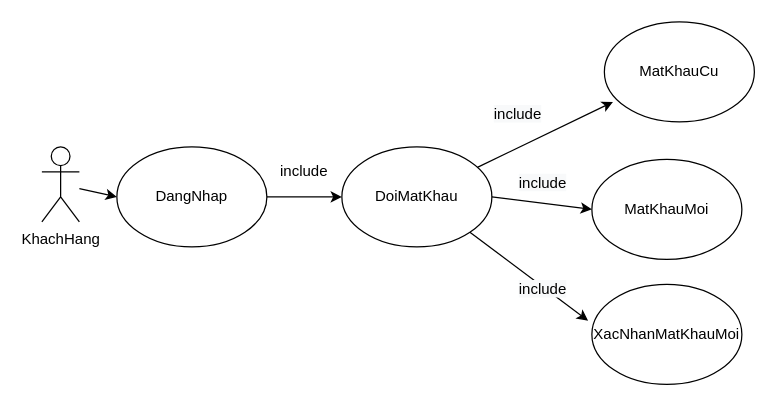
The draw.io diagram page "doimatkhau" (2 of 19) of usecasetongquatbds.drawio in phamhieudev/BatDongSan, before the edit. Source tidied: cells renumbered, new cells numbered last; positions are measured from the earlier drawing's top-left corner, leaving out a move shared by most shapes. Both pictures are drawn from the tidied source at 125%, with x=0, y=0 at pixel (41, 21).
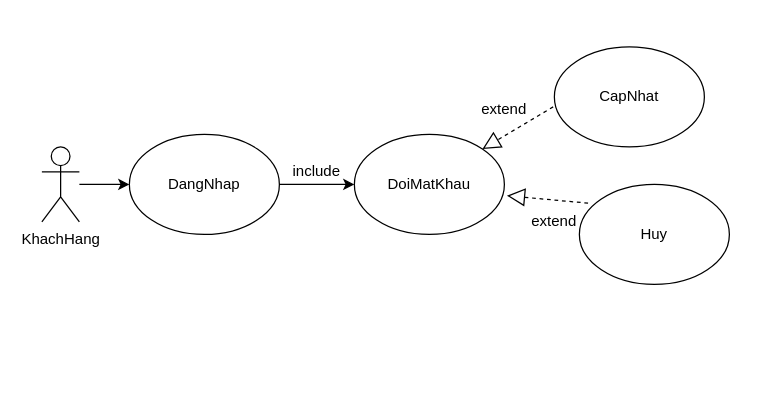
The same diagram, later.

The edit, as a diff of the source:
```diff
@@
 <mxGraphModel>
   <root>
     <mxCell id="0" />
     <mxCell id="1" parent="0" />
     <mxCell id="2" value="KhachHang" style="shape=umlActor;verticalLabelPosition=bottom;verticalAlign=top;html=1;outlineConnect=0;" parent="1" vertex="1">
       <mxGeometry y="100" width="30" height="60" as="geometry" />
     </mxCell>
     <mxCell id="3" value="DangNhap" style="ellipse;whiteSpace=wrap;html=1;" parent="1" vertex="1">
-      <mxGeometry x="60" y="100" width="120" height="80" as="geometry" />
+      <mxGeometry x="70" y="90" width="120" height="80" as="geometry" />
     </mxCell>
     <mxCell id="4" value="DoiMatKhau" style="ellipse;whiteSpace=wrap;html=1;" parent="1" vertex="1">
-      <mxGeometry x="240" y="100" width="120" height="80" as="geometry" />
+      <mxGeometry x="250" y="90" width="120" height="80" as="geometry" />
     </mxCell>
-    <mxCell id="5" value="MatKhauCu" style="ellipse;whiteSpace=wrap;html=1;" parent="1" vertex="1">
-      <mxGeometry x="450" width="120" height="80" as="geometry" />
-    </mxCell>
-    <mxCell id="6" value="MatKhauMoi" style="ellipse;whiteSpace=wrap;html=1;" parent="1" vertex="1">
-      <mxGeometry x="440" y="110" width="120" height="80" as="geometry" />
-    </mxCell>
     <mxCell id="7" style="endArrow=classic;html=1;entryX=0;entryY=0.5;entryDx=0;entryDy=0;" parent="1" edge="1" source="2" target="3">
       <mxGeometry relative="1" as="geometry" />
     </mxCell>
     <mxCell id="8" style="endArrow=classic;html=1;exitX=1;exitY=0.5;exitDx=0;exitDy=0;entryX=0;entryY=0.5;entryDx=0;entryDy=0;" parent="1" edge="1" source="3" target="4">
       <mxGeometry relative="1" as="geometry" />
     </mxCell>
-    <mxCell id="9" value="XacNhanMatKhauMoi" style="ellipse;whiteSpace=wrap;html=1;" parent="1" vertex="1">
-      <mxGeometry x="440" y="210" width="120" height="80" as="geometry" />
-    </mxCell>
-    <mxCell id="10" style="endArrow=classic;html=1;entryX=0.058;entryY=0.8;entryDx=0;entryDy=0;entryPerimeter=0;" parent="1" edge="1" source="4" target="5">
-      <mxGeometry relative="1" as="geometry" />
-    </mxCell>
-    <mxCell id="11" style="endArrow=classic;html=1;exitX=1;exitY=0.5;exitDx=0;exitDy=0;entryX=0;entryY=0.5;entryDx=0;entryDy=0;" parent="1" edge="1" source="4" target="6">
-      <mxGeometry relative="1" as="geometry" />
-    </mxCell>
-    <mxCell id="12" style="endArrow=classic;html=1;exitX=1;exitY=1;exitDx=0;exitDy=0;entryX=-0.025;entryY=0.363;entryDx=0;entryDy=0;entryPerimeter=0;" parent="1" edge="1" source="4" target="9">
-      <mxGeometry relative="1" as="geometry" />
-    </mxCell>
     <mxCell id="13" value="include" style="text;html=1;strokeColor=none;fillColor=none;align=center;verticalAlign=middle;whiteSpace=wrap;rounded=0;" parent="1" vertex="1">
-      <mxGeometry x="190" y="110" width="40" height="20" as="geometry" />
+      <mxGeometry x="200" y="110" width="40" height="20" as="geometry" />
     </mxCell>
-    <mxCell id="14" value="&lt;span style=&quot;color: rgb(0, 0, 0); font-family: helvetica; font-size: 12px; font-style: normal; font-weight: 400; letter-spacing: normal; text-align: center; text-indent: 0px; text-transform: none; word-spacing: 0px; background-color: rgb(248, 249, 250); display: inline; float: none;&quot;&gt;include&lt;/span&gt;" style="text;whiteSpace=wrap;html=1;" parent="1" vertex="1">
-      <mxGeometry x="360" y="60" width="60" height="30" as="geometry" />
-    </mxCell>
-    <mxCell id="15" value="&lt;span style=&quot;color: rgb(0, 0, 0); font-family: helvetica; font-size: 12px; font-style: normal; font-weight: 400; letter-spacing: normal; text-align: center; text-indent: 0px; text-transform: none; word-spacing: 0px; background-color: rgb(248, 249, 250); display: inline; float: none;&quot;&gt;include&lt;/span&gt;" style="text;whiteSpace=wrap;html=1;" parent="1" vertex="1">
-      <mxGeometry x="380" y="115" width="60" height="30" as="geometry" />
-    </mxCell>
-    <mxCell id="16" value="&lt;span style=&quot;color: rgb(0, 0, 0); font-family: helvetica; font-size: 12px; font-style: normal; font-weight: 400; letter-spacing: normal; text-align: center; text-indent: 0px; text-transform: none; word-spacing: 0px; background-color: rgb(248, 249, 250); display: inline; float: none;&quot;&gt;include&lt;/span&gt;" style="text;whiteSpace=wrap;html=1;" parent="1" vertex="1">
-      <mxGeometry x="380" y="200" width="60" height="30" as="geometry" />
-    </mxCell>
+    <mxCell id="17" value="CapNhat" style="ellipse;whiteSpace=wrap;html=1;" parent="1" vertex="1">
+      <mxGeometry x="410" y="20" width="120" height="80" as="geometry" />
+    </mxCell>
+    <mxCell id="18" value="Huy" style="ellipse;whiteSpace=wrap;html=1;" parent="1" vertex="1">
+      <mxGeometry x="430" y="130" width="120" height="80" as="geometry" />
+    </mxCell>
+    <mxCell id="19" style="endArrow=block;dashed=1;endFill=0;endSize=12;html=1;entryX=1;entryY=0;entryDx=0;entryDy=0;exitX=-0.008;exitY=0.6;exitDx=0;exitDy=0;exitPerimeter=0;" parent="1" edge="1" source="17" target="4">
+      <mxGeometry relative="1" as="geometry" />
+    </mxCell>
+    <mxCell id="20" style="endArrow=block;dashed=1;endFill=0;endSize=12;html=1;entryX=1.017;entryY=0.613;entryDx=0;entryDy=0;exitX=0.058;exitY=0.188;exitDx=0;exitDy=0;exitPerimeter=0;entryPerimeter=0;" parent="1" edge="1" source="18" target="4">
+      <mxGeometry relative="1" as="geometry" />
+    </mxCell>
+    <mxCell id="21" value="extend" style="text;html=1;strokeColor=none;fillColor=none;align=center;verticalAlign=middle;whiteSpace=wrap;rounded=0;" parent="1" vertex="1">
+      <mxGeometry x="350" y="60" width="40" height="20" as="geometry" />
+    </mxCell>
+    <mxCell id="22" value="extend" style="text;html=1;strokeColor=none;fillColor=none;align=center;verticalAlign=middle;whiteSpace=wrap;rounded=0;" parent="1" vertex="1">
+      <mxGeometry x="390" y="150" width="40" height="20" as="geometry" />
+    </mxCell>
   </root>
 </mxGraphModel>
```
